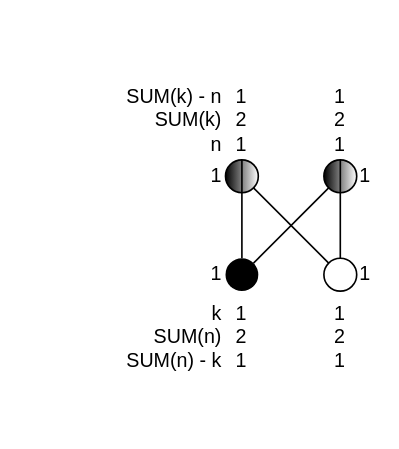
This is page "Modes filtering" (2 of 3) of docs/Experimental-Nets.drawio from valooford/OntoNet-CPN, a draw.io file, before an edit. Source tidied: cells renumbered, new cells numbered last; positions are measured from the earlier drawing's top-left corner, leaving out a move shared by most shapes. Both pictures are drawn from the tidied source at 164%, with x=0, y=0 at pixel (77, 28).
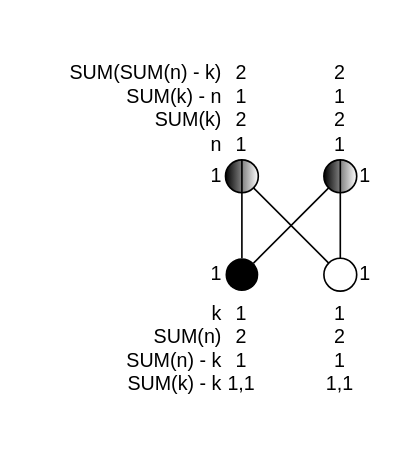
The same diagram, later.

Commit message:
Modes filtering diagram was upgraded

Change to the diagram source:
```diff
@@
 <mxGraphModel>
   <root>
     <mxCell id="0" />
     <mxCell id="1" parent="0" />
     <mxCell id="2" style="rounded=0;jettySize=auto;html=1;exitX=0.5;exitY=0;exitDx=0;exitDy=0;entryX=0.5;entryY=1;entryDx=0;entryDy=0;fontColor=#000000;endArrow=none;endFill=0;" parent="1" edge="1" source="4" target="8">
       <mxGeometry relative="1" as="geometry" />
     </mxCell>
     <mxCell id="3" style="rounded=0;jettySize=auto;html=1;exitX=1;exitY=0;exitDx=0;exitDy=0;entryX=0;entryY=1;entryDx=0;entryDy=0;endArrow=none;endFill=0;fontColor=#000000;" parent="1" edge="1" source="4" target="9">
       <mxGeometry relative="1" as="geometry" />
     </mxCell>
     <mxCell id="4" value="1" style="ellipse;whiteSpace=wrap;html=1;fillColor=#000000;strokeColor=none;labelPosition=left;verticalLabelPosition=middle;align=right;verticalAlign=middle;" parent="1" vertex="1">
       <mxGeometry x="90" y="140" width="20" height="20" as="geometry" />
     </mxCell>
     <mxCell id="5" style="edgeStyle=none;rounded=0;jettySize=auto;html=1;exitX=0.5;exitY=0;exitDx=0;exitDy=0;entryX=0.5;entryY=1;entryDx=0;entryDy=0;endArrow=none;endFill=0;fontColor=#000000;" parent="1" edge="1" source="7" target="9">
       <mxGeometry relative="1" as="geometry" />
     </mxCell>
     <mxCell id="6" style="edgeStyle=none;rounded=0;jettySize=auto;html=1;exitX=0;exitY=0;exitDx=0;exitDy=0;entryX=1;entryY=1;entryDx=0;entryDy=0;endArrow=none;endFill=0;fontColor=#000000;" parent="1" edge="1" source="7" target="8">
       <mxGeometry relative="1" as="geometry" />
     </mxCell>
     <mxCell id="7" value="1" style="ellipse;whiteSpace=wrap;html=1;labelPosition=right;verticalLabelPosition=middle;align=left;verticalAlign=middle;" parent="1" vertex="1">
       <mxGeometry x="150" y="140" width="20" height="20" as="geometry" />
     </mxCell>
     <mxCell id="8" value="1" style="shape=lineEllipse;line=vertical;perimeter=ellipsePerimeter;whiteSpace=wrap;html=1;backgroundOutline=1;strokeColor=#000000;fontColor=#000000;labelPosition=left;verticalLabelPosition=middle;align=right;verticalAlign=middle;labelBackgroundColor=none;gradientColor=#ffffff;fillColor=#000000;gradientDirection=east;" parent="1" vertex="1">
       <mxGeometry x="90" y="80" width="20" height="20" as="geometry" />
     </mxCell>
     <mxCell id="9" value="1" style="shape=lineEllipse;line=vertical;perimeter=ellipsePerimeter;whiteSpace=wrap;html=1;backgroundOutline=1;strokeColor=#000000;fontColor=#000000;labelPosition=right;verticalLabelPosition=middle;align=left;verticalAlign=middle;labelBackgroundColor=none;gradientColor=#ffffff;fillColor=#000000;gradientDirection=east;" parent="1" vertex="1">
       <mxGeometry x="150" y="80" width="20" height="20" as="geometry" />
     </mxCell>
-    <mxCell id="10" value="k&lt;br&gt;SUM(n)&lt;br&gt;SUM(n) - k&lt;br&gt;" style="text;html=1;strokeColor=none;fillColor=none;align=right;verticalAlign=top;whiteSpace=wrap;rounded=0;labelBackgroundColor=none;fontColor=#000000;labelPosition=center;verticalLabelPosition=middle;" parent="1" vertex="1">
-      <mxGeometry y="160" width="90" height="80" as="geometry" />
+    <mxCell id="10" value="k&lt;br&gt;SUM(n)&lt;br&gt;SUM(n) - k&lt;br&gt;SUM(k) - k" style="text;html=1;strokeColor=none;fillColor=none;align=right;verticalAlign=top;whiteSpace=wrap;rounded=0;labelBackgroundColor=none;fontColor=#000000;labelPosition=center;verticalLabelPosition=middle;" parent="1" vertex="1">
+      <mxGeometry x="-30" y="160" width="120" height="80" as="geometry" />
     </mxCell>
-    <mxCell id="11" value="SUM(k) - n&lt;br&gt;SUM(k)&lt;br&gt;n" style="text;html=1;strokeColor=none;fillColor=none;align=right;verticalAlign=bottom;whiteSpace=wrap;rounded=0;labelBackgroundColor=none;fontColor=#000000;labelPosition=center;verticalLabelPosition=middle;" parent="1" vertex="1">
-      <mxGeometry width="90" height="80" as="geometry" />
+    <mxCell id="11" value="SUM(SUM(n) - k)&lt;br&gt;SUM(k) - n&lt;br&gt;SUM(k)&lt;br&gt;n" style="text;html=1;strokeColor=none;fillColor=none;align=right;verticalAlign=bottom;whiteSpace=wrap;rounded=0;labelBackgroundColor=none;fontColor=#000000;labelPosition=center;verticalLabelPosition=middle;" parent="1" vertex="1">
+      <mxGeometry x="-30" width="120" height="80" as="geometry" />
     </mxCell>
-    <mxCell id="12" value="1&lt;br&gt;2&lt;br&gt;1" style="text;html=1;strokeColor=none;fillColor=none;align=center;verticalAlign=top;whiteSpace=wrap;rounded=0;labelBackgroundColor=none;fontColor=#000000;labelPosition=center;verticalLabelPosition=middle;" parent="1" vertex="1">
+    <mxCell id="12" value="1&lt;br&gt;2&lt;br&gt;1&lt;br&gt;1,1" style="text;html=1;strokeColor=none;fillColor=none;align=center;verticalAlign=top;whiteSpace=wrap;rounded=0;labelBackgroundColor=none;fontColor=#000000;labelPosition=center;verticalLabelPosition=middle;" parent="1" vertex="1">
       <mxGeometry x="90" y="160" width="20" height="80" as="geometry" />
     </mxCell>
-    <mxCell id="13" value="1&lt;br&gt;2&lt;br&gt;1" style="text;html=1;strokeColor=none;fillColor=none;align=center;verticalAlign=top;whiteSpace=wrap;rounded=0;labelBackgroundColor=none;fontColor=#000000;labelPosition=center;verticalLabelPosition=middle;" parent="1" vertex="1">
+    <mxCell id="13" value="1&lt;br&gt;2&lt;br&gt;1&lt;br&gt;1,1" style="text;html=1;strokeColor=none;fillColor=none;align=center;verticalAlign=top;whiteSpace=wrap;rounded=0;labelBackgroundColor=none;fontColor=#000000;labelPosition=center;verticalLabelPosition=middle;" parent="1" vertex="1">
       <mxGeometry x="150" y="160" width="20" height="80" as="geometry" />
     </mxCell>
-    <mxCell id="14" value="1&lt;br&gt;2&lt;br&gt;1" style="text;html=1;strokeColor=none;fillColor=none;align=center;verticalAlign=bottom;whiteSpace=wrap;rounded=0;labelBackgroundColor=none;fontColor=#000000;labelPosition=center;verticalLabelPosition=middle;" parent="1" vertex="1">
+    <mxCell id="14" value="2&lt;br&gt;1&lt;br&gt;2&lt;br&gt;1" style="text;html=1;strokeColor=none;fillColor=none;align=center;verticalAlign=bottom;whiteSpace=wrap;rounded=0;labelBackgroundColor=none;fontColor=#000000;labelPosition=center;verticalLabelPosition=middle;" parent="1" vertex="1">
       <mxGeometry x="90" width="20" height="80" as="geometry" />
     </mxCell>
-    <mxCell id="15" value="1&lt;br&gt;2&lt;br&gt;1" style="text;html=1;strokeColor=none;fillColor=none;align=center;verticalAlign=bottom;whiteSpace=wrap;rounded=0;labelBackgroundColor=none;fontColor=#000000;labelPosition=center;verticalLabelPosition=middle;" parent="1" vertex="1">
+    <mxCell id="15" value="2&lt;br&gt;1&lt;br&gt;2&lt;br&gt;1" style="text;html=1;strokeColor=none;fillColor=none;align=center;verticalAlign=bottom;whiteSpace=wrap;rounded=0;labelBackgroundColor=none;fontColor=#000000;labelPosition=center;verticalLabelPosition=middle;" parent="1" vertex="1">
       <mxGeometry x="150" width="20" height="80" as="geometry" />
     </mxCell>
   </root>
 </mxGraphModel>
```
